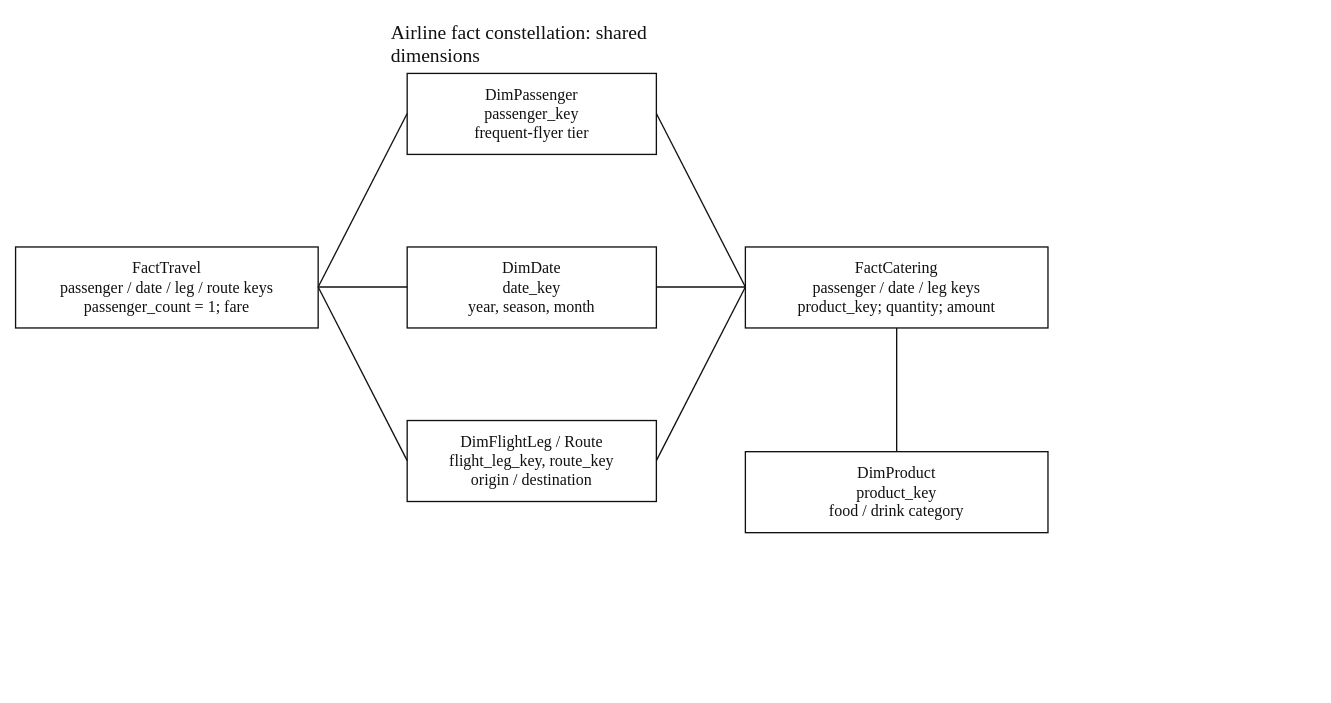
ChenZHIHAO-dev/UCAS-DATA-MINING2026-PRACTICE keeps this draw.io diagram as sources/diagrams/detail-airline-constellation.drawio. Above is the earlier version. Source tidied: cells renumbered, new cells numbered last; positions are measured from the earlier drawing's top-left corner, leaving out a move shared by most shapes. Both pictures are drawn from the tidied source at 89%, with x=0, y=0 at pixel (15, 15).
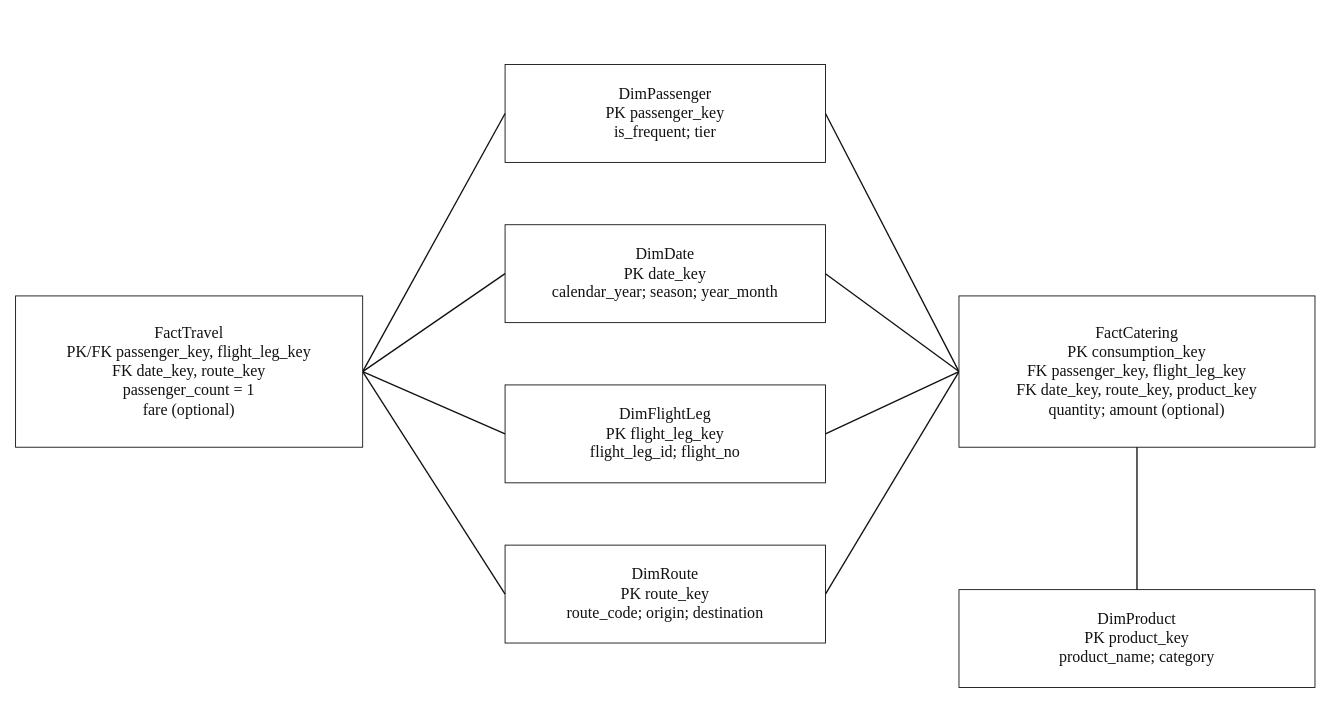
The same diagram, later.

The edit, as a diff of the source:
```diff
@@
-    <mxCell id="2" value="Airline fact constellation: shared dimensions" style="text;html=1;whiteSpace=wrap;fontFamily=Times New Roman;fontSize=22;fontColor=#111111;strokeColor=none;fillColor=none;" parent="1" vertex="1">
-      <mxGeometry x="420" width="320" height="32" as="geometry" />
+    <mxCell id="2" value="DimPassenger&lt;br&gt;PK passenger_key&lt;br&gt;is_frequent; tier" style="rounded=0;html=1;whiteSpace=wrap;fontFamily=Times New Roman;fontSize=18;strokeColor=#111111;fillColor=#ffffff;fontColor=#111111;" parent="1" vertex="1">
+      <mxGeometry x="550" y="55" width="360" height="110" as="geometry" />
     </mxCell>
-    <mxCell id="3" value="DimPassenger&lt;br&gt;passenger_key&lt;br&gt;frequent-flyer tier" style="whiteSpace=wrap;html=1;fontFamily=Times New Roman;fontSize=18;fontColor=#111111;strokeColor=#111111;strokeWidth=1.5;fillColor=#ffffff;rounded=0;" parent="1" vertex="1">
-      <mxGeometry x="440" y="65" width="280" height="91" as="geometry" />
+    <mxCell id="3" style="endArrow=none;startArrow=none;strokeColor=#111111;strokeWidth=1.5;" parent="1" edge="1">
+      <mxGeometry relative="1" as="geometry">
+        <mxPoint x="390" y="400" as="sourcePoint" />
+        <mxPoint x="550" y="110" as="targetPoint" />
+      </mxGeometry>
     </mxCell>
-    <mxCell id="4" value="DimDate&lt;br&gt;date_key&lt;br&gt;year, season, month" style="whiteSpace=wrap;html=1;fontFamily=Times New Roman;fontSize=18;fontColor=#111111;strokeColor=#111111;strokeWidth=1.5;fillColor=#ffffff;rounded=0;" parent="1" vertex="1">
-      <mxGeometry x="440" y="260" width="280" height="91" as="geometry" />
+    <mxCell id="4" style="endArrow=none;startArrow=none;strokeColor=#111111;strokeWidth=1.5;" parent="1" edge="1">
+      <mxGeometry relative="1" as="geometry">
+        <mxPoint x="910" y="110" as="sourcePoint" />
+        <mxPoint x="1060" y="400" as="targetPoint" />
+      </mxGeometry>
     </mxCell>
-    <mxCell id="5" value="DimFlightLeg / Route&lt;br&gt;flight_leg_key, route_key&lt;br&gt;origin / destination" style="whiteSpace=wrap;html=1;fontFamily=Times New Roman;fontSize=18;fontColor=#111111;strokeColor=#111111;strokeWidth=1.5;fillColor=#ffffff;rounded=0;" parent="1" vertex="1">
-      <mxGeometry x="440" y="455" width="280" height="91" as="geometry" />
+    <mxCell id="5" value="DimDate&lt;br&gt;PK date_key&lt;br&gt;calendar_year; season; year_month" style="rounded=0;html=1;whiteSpace=wrap;fontFamily=Times New Roman;fontSize=18;strokeColor=#111111;fillColor=#ffffff;fontColor=#111111;" parent="1" vertex="1">
+      <mxGeometry x="550" y="235" width="360" height="110" as="geometry" />
     </mxCell>
-    <mxCell id="6" value="FactTravel&lt;br&gt;passenger / date / leg / route keys&lt;br&gt;passenger_count = 1; fare" style="whiteSpace=wrap;html=1;fontFamily=Times New Roman;fontSize=18;fontColor=#111111;strokeColor=#111111;strokeWidth=1.5;fillColor=#ffffff;rounded=0;" parent="1" vertex="1">
-      <mxGeometry y="260" width="340" height="91" as="geometry" />
+    <mxCell id="6" style="endArrow=none;startArrow=none;strokeColor=#111111;strokeWidth=1.5;" parent="1" edge="1">
+      <mxGeometry relative="1" as="geometry">
+        <mxPoint x="390" y="400" as="sourcePoint" />
+        <mxPoint x="550" y="290" as="targetPoint" />
+      </mxGeometry>
     </mxCell>
-    <mxCell id="7" value="FactCatering&lt;br&gt;passenger / date / leg keys&lt;br&gt;product_key; quantity; amount" style="whiteSpace=wrap;html=1;fontFamily=Times New Roman;fontSize=18;fontColor=#111111;strokeColor=#111111;strokeWidth=1.5;fillColor=#ffffff;rounded=0;" parent="1" vertex="1">
-      <mxGeometry x="820" y="260" width="340" height="91" as="geometry" />
+    <mxCell id="7" style="endArrow=none;startArrow=none;strokeColor=#111111;strokeWidth=1.5;" parent="1" edge="1">
+      <mxGeometry relative="1" as="geometry">
+        <mxPoint x="910" y="290" as="sourcePoint" />
+        <mxPoint x="1060" y="400" as="targetPoint" />
+      </mxGeometry>
     </mxCell>
-    <mxCell id="8" value="DimProduct&lt;br&gt;product_key&lt;br&gt;food / drink category" style="whiteSpace=wrap;html=1;fontFamily=Times New Roman;fontSize=18;fontColor=#111111;strokeColor=#111111;strokeWidth=1.5;fillColor=#ffffff;rounded=0;" parent="1" vertex="1">
-      <mxGeometry x="820" y="490" width="340" height="91" as="geometry" />
+    <mxCell id="8" value="DimFlightLeg&lt;br&gt;PK flight_leg_key&lt;br&gt;flight_leg_id; flight_no" style="rounded=0;html=1;whiteSpace=wrap;fontFamily=Times New Roman;fontSize=18;strokeColor=#111111;fillColor=#ffffff;fontColor=#111111;" parent="1" vertex="1">
+      <mxGeometry x="550" y="415" width="360" height="110" as="geometry" />
     </mxCell>
     <mxCell id="9" style="endArrow=none;startArrow=none;strokeColor=#111111;strokeWidth=1.5;" parent="1" edge="1">
       <mxGeometry relative="1" as="geometry">
-        <mxPoint x="340" y="305" as="sourcePoint" />
-        <mxPoint x="440" y="110" as="targetPoint" />
+        <mxPoint x="390" y="400" as="sourcePoint" />
+        <mxPoint x="550" y="470" as="targetPoint" />
       </mxGeometry>
     </mxCell>
     <mxCell id="10" style="endArrow=none;startArrow=none;strokeColor=#111111;strokeWidth=1.5;" parent="1" edge="1">
       <mxGeometry relative="1" as="geometry">
-        <mxPoint x="720" y="110" as="sourcePoint" />
-        <mxPoint x="820" y="305" as="targetPoint" />
+        <mxPoint x="910" y="470" as="sourcePoint" />
+        <mxPoint x="1060" y="400" as="targetPoint" />
       </mxGeometry>
     </mxCell>
-    <mxCell id="11" style="endArrow=none;startArrow=none;strokeColor=#111111;strokeWidth=1.5;" parent="1" edge="1">
-      <mxGeometry relative="1" as="geometry">
-        <mxPoint x="340" y="305" as="sourcePoint" />
-        <mxPoint x="440" y="305" as="targetPoint" />
-      </mxGeometry>
+    <mxCell id="11" value="DimRoute&lt;br&gt;PK route_key&lt;br&gt;route_code; origin; destination" style="rounded=0;html=1;whiteSpace=wrap;fontFamily=Times New Roman;fontSize=18;strokeColor=#111111;fillColor=#ffffff;fontColor=#111111;" parent="1" vertex="1">
+      <mxGeometry x="550" y="595" width="360" height="110" as="geometry" />
     </mxCell>
     <mxCell id="12" style="endArrow=none;startArrow=none;strokeColor=#111111;strokeWidth=1.5;" parent="1" edge="1">
       <mxGeometry relative="1" as="geometry">
-        <mxPoint x="720" y="305" as="sourcePoint" />
-        <mxPoint x="820" y="305" as="targetPoint" />
+        <mxPoint x="390" y="400" as="sourcePoint" />
+        <mxPoint x="550" y="650" as="targetPoint" />
       </mxGeometry>
     </mxCell>
     <mxCell id="13" style="endArrow=none;startArrow=none;strokeColor=#111111;strokeWidth=1.5;" parent="1" edge="1">
       <mxGeometry relative="1" as="geometry">
-        <mxPoint x="340" y="305" as="sourcePoint" />
-        <mxPoint x="440" y="500" as="targetPoint" />
+        <mxPoint x="910" y="650" as="sourcePoint" />
+        <mxPoint x="1060" y="400" as="targetPoint" />
       </mxGeometry>
     </mxCell>
-    <mxCell id="14" style="endArrow=none;startArrow=none;strokeColor=#111111;strokeWidth=1.5;" parent="1" edge="1">
-      <mxGeometry relative="1" as="geometry">
-        <mxPoint x="720" y="500" as="sourcePoint" />
-        <mxPoint x="820" y="305" as="targetPoint" />
-      </mxGeometry>
+    <mxCell id="14" value="FactTravel&lt;br&gt;PK/FK passenger_key, flight_leg_key&lt;br&gt;FK date_key, route_key&lt;br&gt;passenger_count = 1&lt;br&gt;fare (optional)" style="rounded=0;html=1;whiteSpace=wrap;fontFamily=Times New Roman;fontSize=18;strokeColor=#111111;fillColor=#ffffff;fontColor=#111111;" parent="1" vertex="1">
+      <mxGeometry y="315" width="390" height="170" as="geometry" />
     </mxCell>
-    <mxCell id="15" style="endArrow=none;startArrow=none;strokeColor=#111111;strokeWidth=1.5;" parent="1" edge="1">
-      <mxGeometry relative="1" as="geometry">
-        <mxPoint x="990" y="351" as="sourcePoint" />
-        <mxPoint x="990" y="490" as="targetPoint" />
-      </mxGeometry>
+    <mxCell id="15" value="FactCatering&lt;br&gt;PK consumption_key&lt;br&gt;FK passenger_key, flight_leg_key&lt;br&gt;FK date_key, route_key, product_key&lt;br&gt;quantity; amount (optional)" style="rounded=0;html=1;whiteSpace=wrap;fontFamily=Times New Roman;fontSize=18;strokeColor=#111111;fillColor=#ffffff;fontColor=#111111;" parent="1" vertex="1">
+      <mxGeometry x="1060" y="315" width="400" height="170" as="geometry" />
     </mxCell>
+    <mxCell id="16" value="DimProduct&lt;br&gt;PK product_key&lt;br&gt;product_name; category" style="rounded=0;html=1;whiteSpace=wrap;fontFamily=Times New Roman;fontSize=18;strokeColor=#111111;fillColor=#ffffff;fontColor=#111111;" parent="1" vertex="1">
+      <mxGeometry x="1060" y="645" width="400" height="110" as="geometry" />
+    </mxCell>
+    <mxCell id="17" style="endArrow=none;startArrow=none;strokeColor=#111111;strokeWidth=1.5;" parent="1" edge="1">
+      <mxGeometry relative="1" as="geometry">
+        <mxPoint x="1260" y="485" as="sourcePoint" />
+        <mxPoint x="1260" y="645" as="targetPoint" />
+      </mxGeometry>
+    </mxCell>
```
